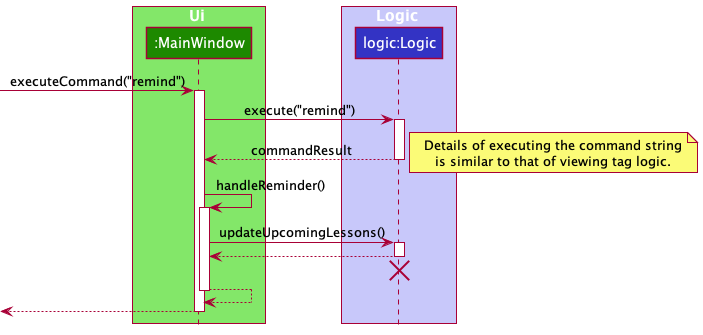
Earlier version of the PlantUML export docs/images/ReminderSequenceDiagram.png (nus-cs2103-AY2122S1/tp). Source of this version:
```plantuml
@startuml
!include style.puml

box Ui UI_COLOR_T1
participant ":MainWindow" as MainWindow UI_COLOR
end box

box Logic LOGIC_COLOR_T1
participant "logic:Logic" as Logic LOGIC_COLOR
end box

[-> MainWindow : executeCommand("remind")
activate MainWindow

MainWindow -> Logic : execute("remind")
activate Logic

Logic --> MainWindow : commandResult
deactivate Logic

note right
Details of executing the command string
is similar to that of viewing tag logic.
end note

MainWindow -> MainWindow : handleReminder()
activate MainWindow

MainWindow -> Logic : updateUpcomingLessons()
activate Logic

Logic --> MainWindow
deactivate Logic

Logic -[hidden]-> MainWindow
destroy Logic

MainWindow --> MainWindow
deactivate MainWindow

[<-- MainWindow
deactivate MainWindow

@enduml
```
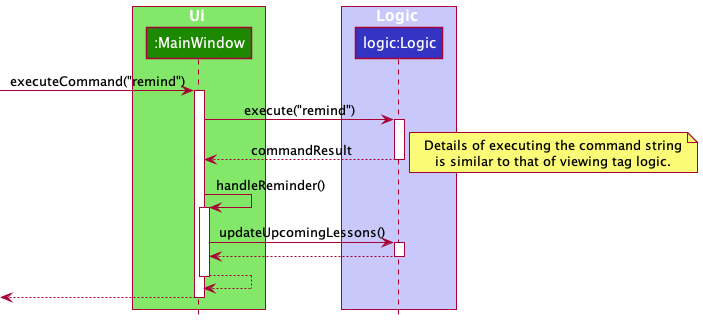
After the change.

The edit, as a diff of the source:
```diff
@@ -32,9 +32,6 @@
 Logic --> MainWindow
 deactivate Logic
 
-Logic -[hidden]-> MainWindow
-destroy Logic
-
 MainWindow --> MainWindow
 deactivate MainWindow
 
```
